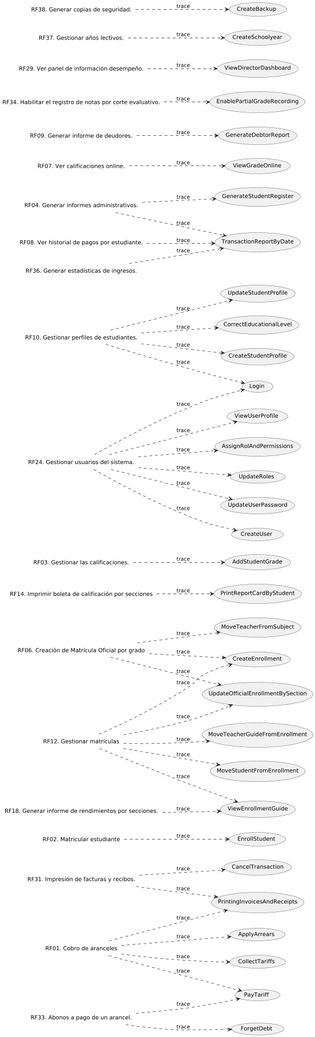
The PlantUML diagram out/UseCaseView/TRACE.Requisites-x-UseCase.png in wsmcbl/wsmcbl.doc, before a commit.
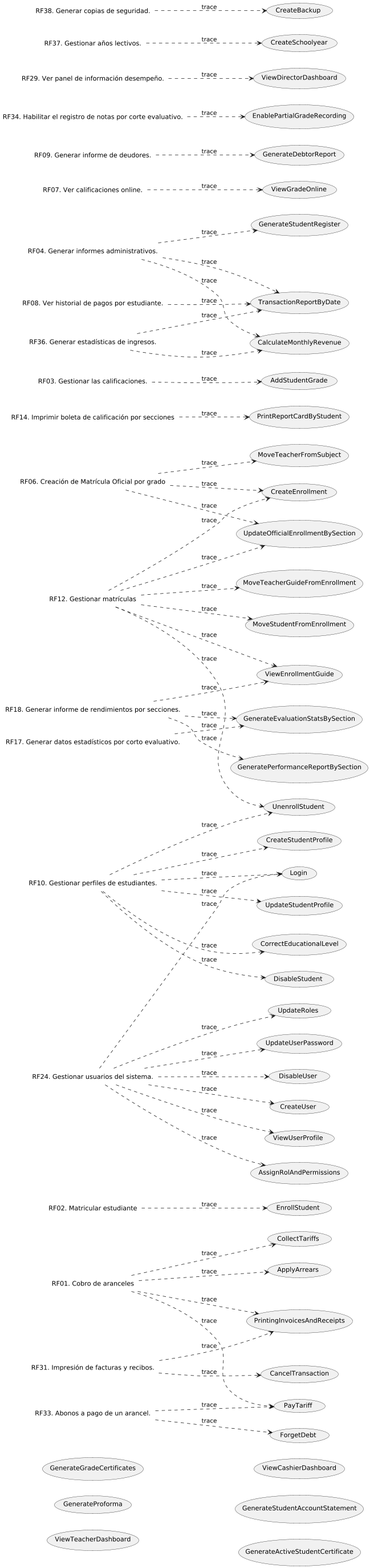
After the change.

Commit message:
Update: add VI iteration usecase in TRACE.Requisites-x-UseCase.puml file

What changed in the source:
```diff
@@ -24,6 +24,8 @@
 Label RF29 as "RF29. Ver panel de información desempeño."
 Label RF37 as "RF37. Gestionar años lectivos."
 Label RF38 as "RF38. Generar copias de seguridad."
+
+Label RF17 as "RF17. Generar datos estadísticos por corto evaluativo."
 
 
 usecase CU01 as "EnrollStudent"
@@ -62,6 +64,19 @@
 usecase CU82 as "GenerateStudentRegister"
 usecase CU83 as "UpdateUserPassword"
 usecase CU85 as "ApplyArrears"
+
+usecase CU10 as "GenerateGradeCertificates"
+usecase CU18 as "DisableStudent"
+usecase CU26 as "UnenrollStudent"
+usecase CU31 as "GenerateEvaluationStatsBySection"
+usecase CU32 as "GeneratePerformanceReportBySection"
+usecase CU50 as "DisableUser"
+usecase CU74 as "GenerateProforma"
+usecase CU87 as "CalculateMonthlyRevenue"
+usecase CU89 as "ViewTeacherDashboard"
+usecase CU90 as "ViewCashierDashboard"
+usecase CU91 as "GenerateStudentAccountStatement"
+usecase CU92 as "GenerateActiveStudentCertificate"
 
 
 
@@ -110,4 +125,14 @@
 RF24 ..> CU83 : trace
 RF01 ..> CU85 : trace
 
+RF24 ..> CU50 : trace
+RF10 ..> CU18 : trace
+RF10 ..> CU26 : trace
+RF12 ..> CU26 : trace
+RF04 ..> CU87 : trace
+RF36 ..> CU87 : trace
+RF17 ..> CU31 : trace
+RF18 ..> CU31 : trace
+RF18 ..> CU32 : trace
+
 @enduml
```
